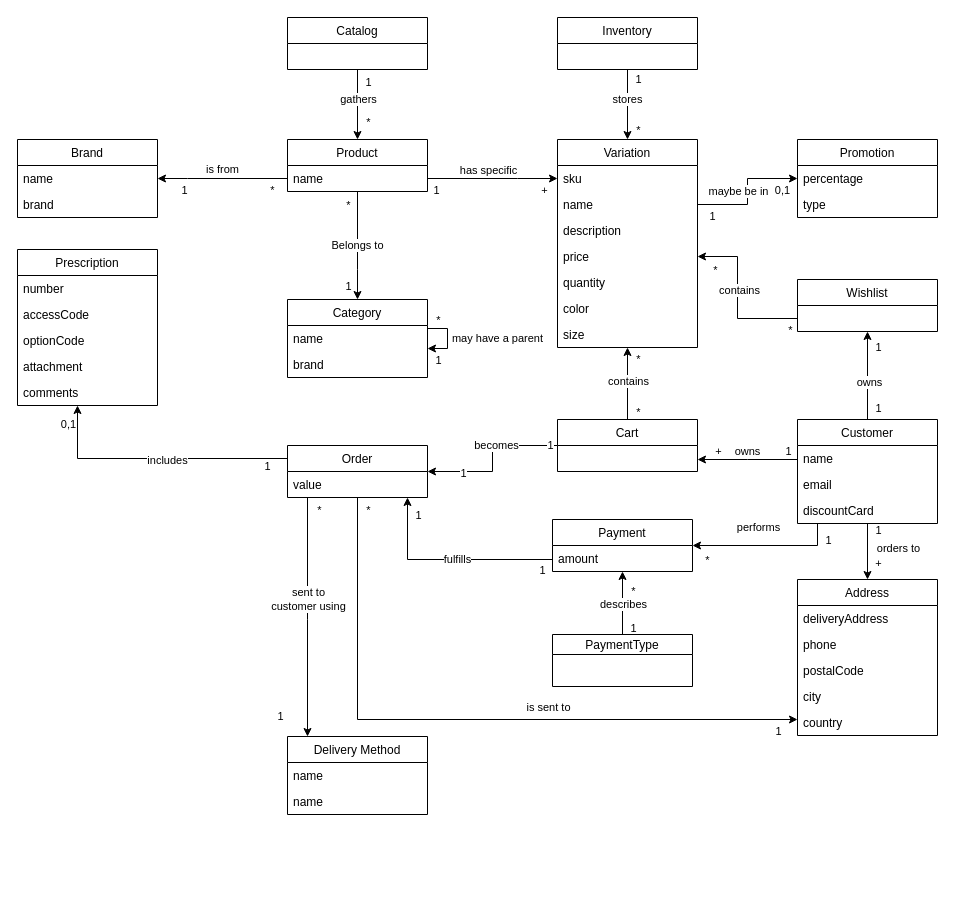
jpscardoso97/pharmacity-ecommerce keeps this draw.io diagram as page "DomainModel" (1 of 3) of ServiceIdentification/Diagrams/DIagrams.drawio. Above is the earlier version. Source tidied: cells renumbered, new cells numbered last; positions are measured from the earlier drawing's top-left corner, leaving out a move shared by most shapes. Both pictures are drawn from the tidied source at 100%, with x=0, y=0 at pixel (17, 17).
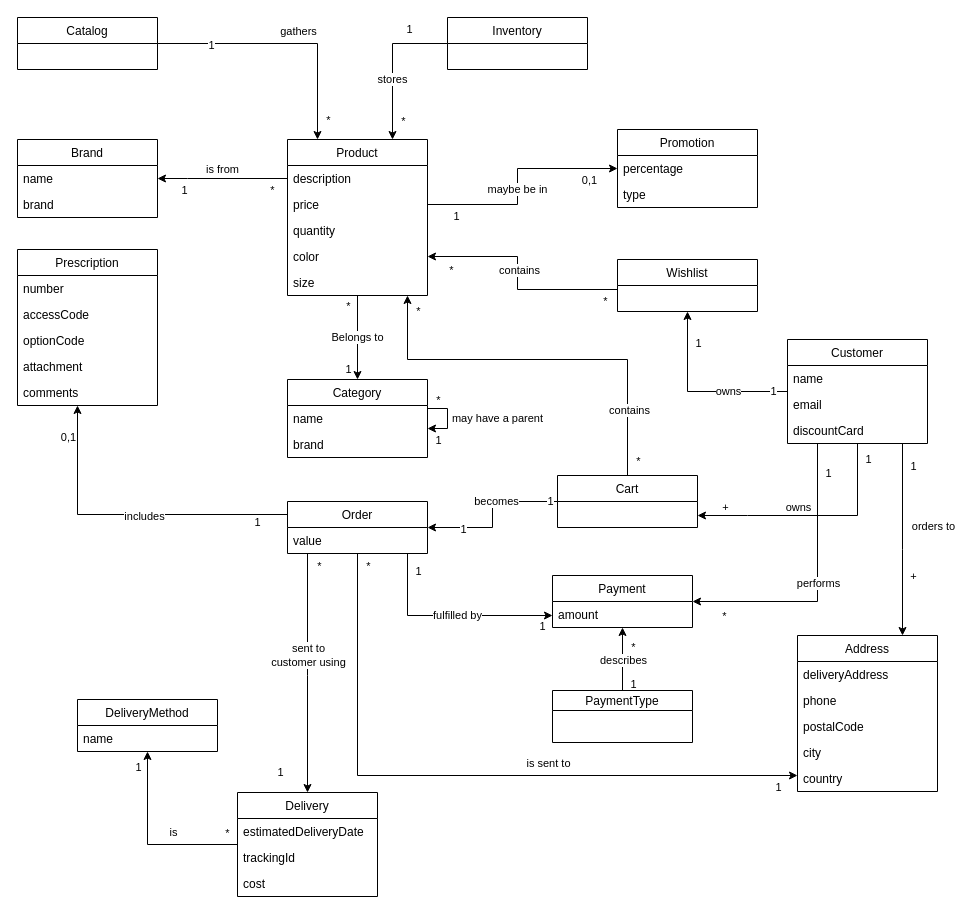
The same diagram, later.

The change refers to these unchanged cells:
```xml
<mxCell id="60" style="edgeStyle=orthogonalEdgeStyle;rounded=0;jettySize=auto;html=1;" parent="1" edge="1" source="72" target="80">
  <mxGeometry relative="1" as="geometry" />
</mxCell>
<mxCell id="105" value="Prescription" style="swimlane;fontStyle=0;horizontal=1;startSize=26;fillColor=none;" parent="1" vertex="1">
  <mxGeometry y="232" width="140" height="156" as="geometry" />
</mxCell>
```

Change to the diagram source:
```diff
@@
-    <mxCell id="2" value="Variation" style="swimlane;fontStyle=0;horizontal=1;startSize=26;fillColor=none;" parent="1" vertex="1">
-      <mxGeometry x="540" y="122" width="140" height="208" as="geometry" />
-    </mxCell>
-    <mxCell id="3" value="sku" style="text;strokeColor=none;fillColor=none;align=left;verticalAlign=top;spacingLeft=4;spacingRight=4;overflow=hidden;" parent="2" vertex="1">
-      <mxGeometry y="26" width="140" height="26" as="geometry" />
-    </mxCell>
-    <mxCell id="4" value="name" style="text;strokeColor=none;fillColor=none;align=left;verticalAlign=top;spacingLeft=4;spacingRight=4;overflow=hidden;points=[[0,0.5],[1,0.5]];portConstraint=eastwest;" parent="2" vertex="1">
-      <mxGeometry y="52" width="140" height="26" as="geometry" />
-    </mxCell>
-    <mxCell id="5" value="description" style="text;strokeColor=none;fillColor=none;align=left;verticalAlign=top;spacingLeft=4;spacingRight=4;overflow=hidden;" parent="2" vertex="1">
-      <mxGeometry y="78" width="140" height="26" as="geometry" />
-    </mxCell>
-    <mxCell id="6" value="price" style="text;strokeColor=none;fillColor=none;align=left;verticalAlign=top;spacingLeft=4;spacingRight=4;overflow=hidden;points=[[0,0.5],[1,0.5]];portConstraint=eastwest;" parent="2" vertex="1">
-      <mxGeometry y="104" width="140" height="26" as="geometry" />
-    </mxCell>
-    <mxCell id="7" value="quantity" style="text;strokeColor=none;fillColor=none;align=left;verticalAlign=top;spacingLeft=4;spacingRight=4;overflow=hidden;" parent="2" vertex="1">
-      <mxGeometry y="130" width="140" height="26" as="geometry" />
-    </mxCell>
-    <mxCell id="8" value="color" style="text;strokeColor=none;fillColor=none;align=left;verticalAlign=top;spacingLeft=4;spacingRight=4;overflow=hidden;points=[[0,0.5],[1,0.5]];portConstraint=eastwest;" parent="2" vertex="1">
-      <mxGeometry y="156" width="140" height="26" as="geometry" />
-    </mxCell>
-    <mxCell id="9" value="size" style="text;strokeColor=none;fillColor=none;align=left;verticalAlign=top;spacingLeft=4;spacingRight=4;overflow=hidden;" parent="2" vertex="1">
-      <mxGeometry y="182" width="140" height="26" as="geometry" />
-    </mxCell>
@@
     <mxCell id="16" value="Product" style="swimlane;fontStyle=0;horizontal=1;startSize=26;fillColor=none;" parent="1" vertex="1">
-      <mxGeometry x="270" y="122" width="140" height="52" as="geometry" />
+      <mxGeometry x="270" y="122" width="140" height="156" as="geometry" />
     </mxCell>
-    <mxCell id="17" value="name" style="text;strokeColor=none;fillColor=none;align=left;verticalAlign=top;spacingLeft=4;spacingRight=4;overflow=hidden;points=[[0,0.5],[1,0.5]];portConstraint=eastwest;" parent="16" vertex="1">
-      <mxGeometry y="26" width="140" height="26" as="geometry" />
-    </mxCell>
+    <mxCell id="5" value="description" style="text;strokeColor=none;fillColor=none;align=left;verticalAlign=top;spacingLeft=4;spacingRight=4;overflow=hidden;" parent="16" vertex="1">
+      <mxGeometry y="26" width="140" height="26" as="geometry" />
+    </mxCell>
+    <mxCell id="6" value="price" style="text;strokeColor=none;fillColor=none;align=left;verticalAlign=top;spacingLeft=4;spacingRight=4;overflow=hidden;points=[[0,0.5],[1,0.5]];portConstraint=eastwest;" parent="16" vertex="1">
+      <mxGeometry y="52" width="140" height="26" as="geometry" />
+    </mxCell>
+    <mxCell id="7" value="quantity" style="text;strokeColor=none;fillColor=none;align=left;verticalAlign=top;spacingLeft=4;spacingRight=4;overflow=hidden;" parent="16" vertex="1">
+      <mxGeometry y="78" width="140" height="26" as="geometry" />
+    </mxCell>
+    <mxCell id="8" value="color" style="text;strokeColor=none;fillColor=none;align=left;verticalAlign=top;spacingLeft=4;spacingRight=4;overflow=hidden;points=[[0,0.5],[1,0.5]];portConstraint=eastwest;" parent="16" vertex="1">
+      <mxGeometry y="104" width="140" height="26" as="geometry" />
+    </mxCell>
+    <mxCell id="9" value="size" style="text;strokeColor=none;fillColor=none;align=left;verticalAlign=top;spacingLeft=4;spacingRight=4;overflow=hidden;" parent="16" vertex="1">
+      <mxGeometry y="130" width="140" height="26" as="geometry" />
+    </mxCell>
@@
     <mxCell id="21" value="Category" style="swimlane;fontStyle=0;horizontal=1;startSize=26;fillColor=none;" parent="1" vertex="1">
-      <mxGeometry x="270" y="282" width="140" height="78" as="geometry" />
+      <mxGeometry x="270" y="362" width="140" height="78" as="geometry" />
     </mxCell>
@@
     <mxCell id="24" value="Promotion" style="swimlane;fontStyle=0;horizontal=1;startSize=26;fillColor=none;" parent="1" vertex="1">
-      <mxGeometry x="780" y="122" width="140" height="78" as="geometry" />
+      <mxGeometry x="600" y="112" width="140" height="78" as="geometry" />
     </mxCell>
@@
-    <mxCell id="30" style="edgeStyle=orthogonalEdgeStyle;rounded=0;jettySize=auto;html=1;" parent="1" edge="1" source="17" target="2">
-      <mxGeometry relative="1" as="geometry">
-        <Array as="points">
-          <mxPoint x="500" y="161" />
-          <mxPoint x="500" y="161" />
-        </Array>
-      </mxGeometry>
-    </mxCell>
-    <mxCell id="31" value="has specific" style="edgeLabel;html=1;align=center;verticalAlign=middle;" parent="30" vertex="1">
-      <mxGeometry x="0.19" y="-2" relative="1" as="geometry">
-        <mxPoint x="-17" y="-11" as="offset" />
-      </mxGeometry>
-    </mxCell>
-    <mxCell id="32" value="1" style="edgeLabel;html=1;align=center;verticalAlign=middle;" parent="30" vertex="1">
-      <mxGeometry x="-0.87" y="-1" relative="1" as="geometry">
-        <mxPoint y="10" as="offset" />
-      </mxGeometry>
-    </mxCell>
-    <mxCell id="33" value="+" style="edgeLabel;html=1;align=center;verticalAlign=middle;" parent="30" vertex="1">
-      <mxGeometry x="0.79" y="-1" relative="1" as="geometry">
-        <mxPoint y="10" as="offset" />
-      </mxGeometry>
-    </mxCell>
-    <mxCell id="34" value="maybe be in" style="edgeStyle=orthogonalEdgeStyle;rounded=0;jettySize=auto;html=1;entryX=0;entryY=0.5;entryDx=0;entryDy=0;" parent="1" edge="1" source="4" target="24">
-      <mxGeometry y="9" relative="1" as="geometry" />
+    <mxCell id="34" value="maybe be in" style="edgeStyle=orthogonalEdgeStyle;rounded=0;jettySize=auto;html=1;entryX=0;entryY=0.5;entryDx=0;entryDy=0;exitX=1;exitY=0.5;exitDx=0;exitDy=0;" parent="1" edge="1" source="6" target="24">
+      <mxGeometry x="-0.07" relative="1" as="geometry">
+        <Array as="points">
+          <mxPoint x="500" y="187" />
+          <mxPoint x="500" y="151" />
+        </Array>
+      </mxGeometry>
     </mxCell>
@@
-    <mxCell id="41" style="edgeStyle=orthogonalEdgeStyle;rounded=0;jettySize=auto;html=1;" parent="1" edge="1" source="45" target="2">
-      <mxGeometry relative="1" as="geometry" />
+    <mxCell id="41" style="edgeStyle=orthogonalEdgeStyle;rounded=0;jettySize=auto;html=1;" parent="1" edge="1" source="45" target="16">
+      <mxGeometry relative="1" as="geometry">
+        <Array as="points">
+          <mxPoint x="610" y="342" />
+          <mxPoint x="390" y="342" />
+        </Array>
+      </mxGeometry>
     </mxCell>
     <mxCell id="42" value="contains" style="edgeLabel;html=1;align=center;verticalAlign=middle;" parent="41" vertex="1">
       <mxGeometry x="-0.21" relative="1" as="geometry">
-        <mxPoint y="-10.8" as="offset" />
+        <mxPoint x="43" y="50" as="offset" />
       </mxGeometry>
     </mxCell>
     <mxCell id="43" value="*" style="edgeLabel;html=1;align=center;verticalAlign=middle;" parent="41" vertex="1">
       <mxGeometry x="-0.79" y="1" relative="1" as="geometry">
-        <mxPoint x="11" as="offset" />
+        <mxPoint x="11" y="27" as="offset" />
       </mxGeometry>
     </mxCell>
     <mxCell id="44" value="*" style="edgeLabel;html=1;align=center;verticalAlign=middle;" parent="41" vertex="1">
       <mxGeometry x="0.69" y="-1" relative="1" as="geometry">
-        <mxPoint x="9" as="offset" />
+        <mxPoint x="9" y="-47" as="offset" />
       </mxGeometry>
     </mxCell>
     <mxCell id="45" value="Cart" style="swimlane;fontStyle=0;horizontal=1;startSize=26;fillColor=none;" parent="1" vertex="1">
-      <mxGeometry x="540" y="402" width="140" height="52" as="geometry" />
+      <mxGeometry x="540" y="458" width="140" height="52" as="geometry" />
     </mxCell>
     <mxCell id="46" style="edgeStyle=orthogonalEdgeStyle;rounded=0;jettySize=auto;html=1;" parent="1" edge="1" source="54" target="81">
       <mxGeometry relative="1" as="geometry">
         <Array as="points">
-          <mxPoint x="340" y="702" />
+          <mxPoint x="340" y="758" />
         </Array>
       </mxGeometry>
     </mxCell>
@@
     <mxCell id="50" style="edgeStyle=orthogonalEdgeStyle;rounded=0;jettySize=auto;html=1;" parent="1" edge="1" source="54" target="102">
       <mxGeometry relative="1" as="geometry">
         <Array as="points">
-          <mxPoint x="290" y="602" />
-          <mxPoint x="290" y="602" />
+          <mxPoint x="290" y="658" />
+          <mxPoint x="290" y="658" />
         </Array>
       </mxGeometry>
     </mxCell>
@@
     <mxCell id="54" value="Order" style="swimlane;fontStyle=0;horizontal=1;startSize=26;fillColor=none;" parent="1" vertex="1">
-      <mxGeometry x="270" y="428" width="140" height="52" as="geometry" />
+      <mxGeometry x="270" y="484" width="140" height="52" as="geometry" />
     </mxCell>
@@
     <mxCell id="56" style="edgeStyle=orthogonalEdgeStyle;rounded=0;jettySize=auto;html=1;" parent="1" edge="1" source="72" target="45">
       <mxGeometry relative="1" as="geometry">
         <Array as="points">
-          <mxPoint x="730" y="442" />
-          <mxPoint x="730" y="442" />
+          <mxPoint x="730" y="498" />
+          <mxPoint x="730" y="498" />
         </Array>
       </mxGeometry>
     </mxCell>
@@
     <mxCell id="59" value="1" style="edgeLabel;html=1;align=center;verticalAlign=middle;" parent="56" vertex="1">
       <mxGeometry x="-0.91" y="1" relative="1" as="geometry">
-        <mxPoint x="-5.8" y="-10" as="offset" />
+        <mxPoint x="9" y="5" as="offset" />
       </mxGeometry>
     </mxCell>
@@
     <mxCell id="61" value="owns" style="edgeLabel;html=1;align=center;verticalAlign=middle;" parent="60" vertex="1">
-      <mxGeometry x="-0.14" y="-1" relative="1" as="geometry" />
+      <mxGeometry x="-0.14" y="-1" relative="1" as="geometry">
+        <mxPoint x="17" as="offset" />
+      </mxGeometry>
     </mxCell>
@@
-    <mxCell id="64" style="edgeStyle=orthogonalEdgeStyle;rounded=0;jettySize=auto;html=1;entryX=0.5;entryY=0;entryDx=0;entryDy=0;" parent="1" edge="1" source="72" target="81">
-      <mxGeometry relative="1" as="geometry" />
+    <mxCell id="64" style="edgeStyle=orthogonalEdgeStyle;rounded=0;jettySize=auto;html=1;entryX=0.75;entryY=0;entryDx=0;entryDy=0;" parent="1" edge="1" source="72" target="81">
+      <mxGeometry relative="1" as="geometry">
+        <Array as="points">
+          <mxPoint x="885" y="532" />
+          <mxPoint x="885" y="532" />
+        </Array>
+      </mxGeometry>
     </mxCell>
@@
     <mxCell id="68" style="edgeStyle=orthogonalEdgeStyle;rounded=0;jettySize=auto;html=1;entryX=1;entryY=0.5;entryDx=0;entryDy=0;" parent="1" edge="1" source="72" target="95">
       <mxGeometry relative="1" as="geometry">
         <Array as="points">
-          <mxPoint x="800" y="528" />
+          <mxPoint x="800" y="584" />
         </Array>
       </mxGeometry>
     </mxCell>
@@
     <mxCell id="72" value="Customer" style="swimlane;fontStyle=0;horizontal=1;startSize=26;fillColor=none;" parent="1" vertex="1">
-      <mxGeometry x="780" y="402" width="140" height="104" as="geometry" />
+      <mxGeometry x="770" y="322" width="140" height="104" as="geometry" />
     </mxCell>
@@
-    <mxCell id="76" style="edgeStyle=orthogonalEdgeStyle;rounded=0;jettySize=auto;html=1;entryX=1;entryY=0.5;entryDx=0;entryDy=0;" parent="1" edge="1" source="80" target="6">
+    <mxCell id="76" style="edgeStyle=orthogonalEdgeStyle;rounded=0;jettySize=auto;html=1;entryX=1;entryY=0.5;entryDx=0;entryDy=0;" parent="1" edge="1" source="80" target="8">
       <mxGeometry relative="1" as="geometry">
         <Array as="points">
-          <mxPoint x="720" y="301" />
-          <mxPoint x="720" y="239" />
+          <mxPoint x="500" y="272" />
+          <mxPoint x="500" y="239" />
         </Array>
       </mxGeometry>
     </mxCell>
     <mxCell id="77" value="contains" style="edgeLabel;html=1;align=center;verticalAlign=middle;" parent="76" vertex="1">
       <mxGeometry x="-0.44" relative="1" as="geometry">
-        <mxPoint x="-14" y="-29" as="offset" />
+        <mxPoint x="-37" y="-20" as="offset" />
       </mxGeometry>
     </mxCell>
@@
     <mxCell id="80" value="Wishlist" style="swimlane;fontStyle=0;horizontal=1;startSize=26;fillColor=none;" parent="1" vertex="1">
-      <mxGeometry x="780" y="262" width="140" height="52" as="geometry" />
+      <mxGeometry x="600" y="242" width="140" height="52" as="geometry" />
     </mxCell>
     <mxCell id="81" value="Address" style="swimlane;fontStyle=0;horizontal=1;startSize=26;fillColor=none;" parent="1" vertex="1">
-      <mxGeometry x="780" y="562" width="140" height="156" as="geometry" />
+      <mxGeometry x="780" y="618" width="140" height="156" as="geometry" />
     </mxCell>
@@
-    <mxCell id="91" style="edgeStyle=orthogonalEdgeStyle;rounded=0;jettySize=auto;html=1;startArrow=none;startFill=0;endArrow=classic;endFill=1;" parent="1" edge="1" source="95" target="54">
+    <mxCell id="91" style="edgeStyle=orthogonalEdgeStyle;rounded=0;jettySize=auto;html=1;startArrow=classic;startFill=1;endArrow=none;endFill=0;" parent="1" edge="1" source="95" target="54">
       <mxGeometry relative="1" as="geometry">
         <Array as="points">
-          <mxPoint x="390" y="542" />
+          <mxPoint x="390" y="598" />
         </Array>
       </mxGeometry>
     </mxCell>
-    <mxCell id="92" value="fulfills" style="edgeLabel;html=1;align=center;verticalAlign=middle;" parent="91" vertex="1">
+    <mxCell id="92" value="fulfilled by" style="edgeLabel;html=1;align=center;verticalAlign=middle;" parent="91" vertex="1">
       <mxGeometry x="-0.16" relative="1" as="geometry">
         <mxPoint x="-8.2" y="-1" as="offset" />
       </mxGeometry>
     </mxCell>
@@
     <mxCell id="95" value="Payment" style="swimlane;fontStyle=0;horizontal=1;startSize=26;fillColor=none;" parent="1" vertex="1">
-      <mxGeometry x="535" y="502" width="140" height="52" as="geometry" />
+      <mxGeometry x="535" y="558" width="140" height="52" as="geometry" />
     </mxCell>
@@
     <mxCell id="97" value="PaymentType" style="swimlane;fontStyle=0;horizontal=1;startSize=20;fillColor=none;" parent="1" vertex="1">
-      <mxGeometry x="535" y="617" width="140" height="52" as="geometry" />
+      <mxGeometry x="535" y="673" width="140" height="52" as="geometry" />
     </mxCell>
     <mxCell id="98" style="edgeStyle=orthogonalEdgeStyle;rounded=0;jettySize=auto;html=1;exitX=0;exitY=0.25;exitDx=0;exitDy=0;" parent="1" edge="1" source="54" target="105">
       <mxGeometry relative="1" as="geometry">
         <Array as="points">
-          <mxPoint x="60" y="441" />
+          <mxPoint x="60" y="497" />
         </Array>
       </mxGeometry>
     </mxCell>
@@
+    <mxCell id="121" style="edgeStyle=orthogonalEdgeStyle;rounded=0;jettySize=auto;html=1;startArrow=none;startFill=0;endArrow=classic;endFill=1;" parent="1" edge="1" source="102" target="125">
+      <mxGeometry relative="1" as="geometry" />
+    </mxCell>
+    <mxCell id="122" value="is" style="edgeLabel;html=1;align=center;verticalAlign=middle;" parent="121" vertex="1">
+      <mxGeometry x="-0.36" y="1" relative="1" as="geometry">
+        <mxPoint x="-6" y="-14" as="offset" />
+      </mxGeometry>
+    </mxCell>
+    <mxCell id="123" value="*" style="edgeLabel;html=1;align=center;verticalAlign=middle;" parent="121" vertex="1">
+      <mxGeometry x="-0.84" relative="1" as="geometry">
+        <mxPoint x="4" y="-12" as="offset" />
+      </mxGeometry>
+    </mxCell>
+    <mxCell id="32" value="1" style="edgeLabel;html=1;align=center;verticalAlign=middle;" parent="121" vertex="1">
+      <mxGeometry x="0.84" y="1" relative="1" as="geometry">
+        <mxPoint x="-9" as="offset" />
+      </mxGeometry>
+    </mxCell>
-    <mxCell id="102" value="Delivery Method" style="swimlane;fontStyle=0;horizontal=1;startSize=26;fillColor=none;" parent="1" vertex="1">
-      <mxGeometry x="270" y="719" width="140" height="78" as="geometry" />
+    <mxCell id="102" value="Delivery" style="swimlane;fontStyle=0;horizontal=1;startSize=26;fillColor=none;" parent="1" vertex="1">
+      <mxGeometry x="220" y="775" width="140" height="104" as="geometry" />
     </mxCell>
-    <mxCell id="103" value="name" style="text;strokeColor=none;fillColor=none;align=left;verticalAlign=top;spacingLeft=4;spacingRight=4;overflow=hidden;" parent="102" vertex="1">
+    <mxCell id="103" value="estimatedDeliveryDate" style="text;strokeColor=none;fillColor=none;align=left;verticalAlign=top;spacingLeft=4;spacingRight=4;overflow=hidden;" parent="102" vertex="1">
       <mxGeometry y="26" width="140" height="26" as="geometry" />
     </mxCell>
+    <mxCell id="124" value="trackingId" style="text;strokeColor=none;fillColor=none;align=left;verticalAlign=top;spacingLeft=4;spacingRight=4;overflow=hidden;" parent="102" vertex="1">
+      <mxGeometry y="52" width="140" height="26" as="geometry" />
+    </mxCell>
-    <mxCell id="104" value="name" style="text;strokeColor=none;fillColor=none;align=left;verticalAlign=top;spacingLeft=4;spacingRight=4;overflow=hidden;" parent="102" vertex="1">
-      <mxGeometry y="52" width="140" height="26" as="geometry" />
+    <mxCell id="104" value="cost" style="text;strokeColor=none;fillColor=none;align=left;verticalAlign=top;spacingLeft=4;spacingRight=4;overflow=hidden;" parent="102" vertex="1">
+      <mxGeometry y="78" width="140" height="26" as="geometry" />
     </mxCell>
@@
-    <mxCell id="111" style="edgeStyle=orthogonalEdgeStyle;rounded=0;jettySize=auto;html=1;entryX=0.5;entryY=0;entryDx=0;entryDy=0;" parent="1" edge="1" source="115" target="2">
+    <mxCell id="111" style="edgeStyle=orthogonalEdgeStyle;rounded=0;jettySize=auto;html=1;entryX=0.75;entryY=0;entryDx=0;entryDy=0;" parent="1" edge="1" source="115" target="16">
       <mxGeometry relative="1" as="geometry" />
     </mxCell>
     <mxCell id="112" value="stores" style="edgeLabel;html=1;align=center;verticalAlign=middle;" parent="111" vertex="1">
-      <mxGeometry x="-0.16" y="-1" relative="1" as="geometry" />
+      <mxGeometry x="-0.16" y="-1" relative="1" as="geometry">
+        <mxPoint y="27" as="offset" />
+      </mxGeometry>
     </mxCell>
     <mxCell id="113" value="*" style="edgeLabel;html=1;align=center;verticalAlign=middle;" parent="111" vertex="1">
       <mxGeometry x="0.53" y="1" relative="1" as="geometry">
-        <mxPoint x="9" y="6.7" as="offset" />
+        <mxPoint x="9" y="16" as="offset" />
       </mxGeometry>
     </mxCell>
@@
     <mxCell id="115" value="Inventory" style="swimlane;fontStyle=0;horizontal=1;startSize=26;fillColor=none;" parent="1" vertex="1">
-      <mxGeometry x="540" width="140" height="52" as="geometry" />
+      <mxGeometry x="430" width="140" height="52" as="geometry" />
     </mxCell>
-    <mxCell id="116" style="edgeStyle=orthogonalEdgeStyle;rounded=0;jettySize=auto;html=1;entryX=0.5;entryY=0;entryDx=0;entryDy=0;endArrow=classic;endFill=1;" parent="1" edge="1" source="120" target="16">
-      <mxGeometry relative="1" as="geometry" />
+    <mxCell id="116" style="edgeStyle=orthogonalEdgeStyle;rounded=0;jettySize=auto;html=1;endArrow=classic;endFill=1;" parent="1" edge="1" source="120">
+      <mxGeometry relative="1" as="geometry">
+        <mxPoint x="300" y="122" as="targetPoint" />
+        <Array as="points">
+          <mxPoint x="300" y="26" />
+          <mxPoint x="300" y="122" />
+        </Array>
+      </mxGeometry>
     </mxCell>
@@
     <mxCell id="118" value="*" style="edgeLabel;html=1;align=center;verticalAlign=middle;" parent="116" vertex="1">
       <mxGeometry x="0.48" relative="1" as="geometry">
-        <mxPoint x="10" as="offset" />
+        <mxPoint x="10" y="47" as="offset" />
       </mxGeometry>
     </mxCell>
@@
     <mxCell id="120" value="Catalog" style="swimlane;fontStyle=0;horizontal=1;startSize=26;fillColor=none;" parent="1" vertex="1">
-      <mxGeometry x="270" width="140" height="52" as="geometry" />
+      <mxGeometry width="140" height="52" as="geometry" />
     </mxCell>
+    <mxCell id="125" value="DeliveryMethod" style="swimlane;fontStyle=0;horizontal=1;startSize=26;fillColor=none;" parent="1" vertex="1">
+      <mxGeometry x="60" y="682" width="140" height="52" as="geometry" />
+    </mxCell>
+    <mxCell id="17" value="name" style="text;strokeColor=none;fillColor=none;align=left;verticalAlign=top;spacingLeft=4;spacingRight=4;overflow=hidden;points=[[0,0.5],[1,0.5]];portConstraint=eastwest;" parent="125" vertex="1">
+      <mxGeometry y="26" width="140" height="26" as="geometry" />
+    </mxCell>
```
